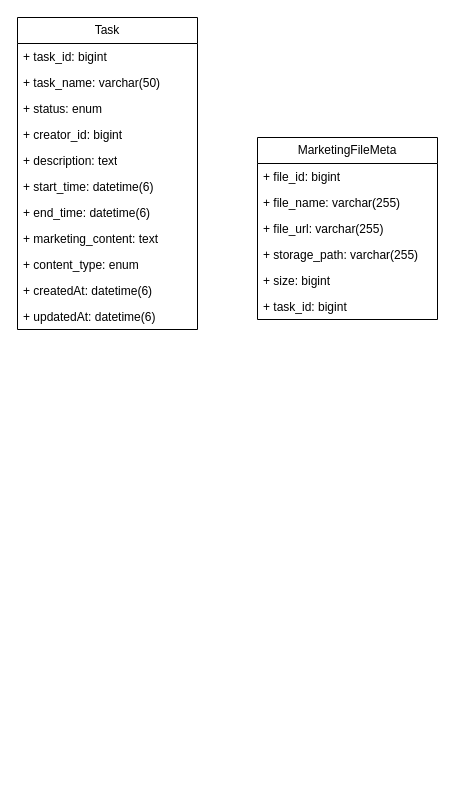
weyg0/Diagrams keeps this draw.io diagram as GH大作业.drawio. Above is the earlier version. Source tidied: cells renumbered, new cells numbered last; positions are measured from the earlier drawing's top-left corner, leaving out a move shared by most shapes. Both pictures are drawn from the tidied source at 100%, with x=0, y=0 at pixel (17, 17).
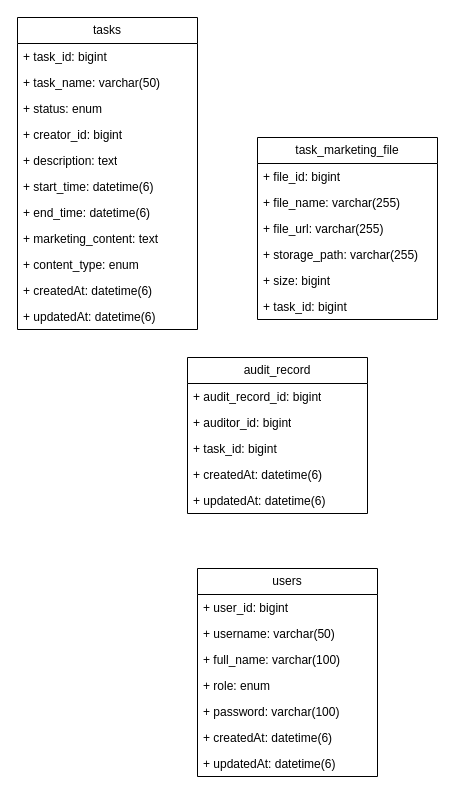
The same diagram, later.

Commit message (it also covers changes not shown here):
更新GH大作业.drawio

Diff of the diagram source:
```diff
@@
-    <mxCell id="2" value="Task" style="swimlane;fontStyle=0;horizontal=1;startSize=26;fillColor=none;whiteSpace=wrap;html=1;" parent="1" vertex="1">
+    <mxCell id="2" value="tasks" style="swimlane;fontStyle=0;horizontal=1;startSize=26;fillColor=none;whiteSpace=wrap;html=1;" parent="1" vertex="1">
       <mxGeometry width="180" height="312" as="geometry" />
     </mxCell>
@@
-    <mxCell id="14" value="MarketingFileMeta" style="swimlane;fontStyle=0;horizontal=1;startSize=26;fillColor=none;whiteSpace=wrap;html=1;" parent="1" vertex="1">
+    <mxCell id="14" value="task_marketing_file" style="swimlane;fontStyle=0;horizontal=1;startSize=26;fillColor=none;whiteSpace=wrap;html=1;" parent="1" vertex="1">
       <mxGeometry x="240" y="120" width="180" height="182" as="geometry" />
     </mxCell>
@@
+    <mxCell id="21" value="audit_record" style="swimlane;fontStyle=0;horizontal=1;startSize=26;fillColor=none;whiteSpace=wrap;html=1;" parent="1" vertex="1">
+      <mxGeometry x="170" y="340" width="180" height="156" as="geometry" />
+    </mxCell>
+    <mxCell id="22" value="+ audit_record_id: bigint" style="text;strokeColor=none;fillColor=none;align=left;verticalAlign=top;spacingLeft=4;spacingRight=4;overflow=hidden;whiteSpace=wrap;html=1;" parent="21" vertex="1">
+      <mxGeometry y="26" width="180" height="26" as="geometry" />
+    </mxCell>
+    <mxCell id="23" value="+ auditor_id: bigint" style="text;strokeColor=none;fillColor=none;align=left;verticalAlign=top;spacingLeft=4;spacingRight=4;overflow=hidden;whiteSpace=wrap;html=1;" parent="21" vertex="1">
+      <mxGeometry y="52" width="180" height="26" as="geometry" />
+    </mxCell>
+    <mxCell id="24" value="+ task_id: bigint" style="text;strokeColor=none;fillColor=none;align=left;verticalAlign=top;spacingLeft=4;spacingRight=4;overflow=hidden;whiteSpace=wrap;html=1;" parent="21" vertex="1">
+      <mxGeometry y="78" width="180" height="26" as="geometry" />
+    </mxCell>
+    <mxCell id="25" value="+ createdAt: datetime(6)" style="text;strokeColor=none;fillColor=none;align=left;verticalAlign=top;spacingLeft=4;spacingRight=4;overflow=hidden;whiteSpace=wrap;html=1;" parent="21" vertex="1">
+      <mxGeometry y="104" width="180" height="26" as="geometry" />
+    </mxCell>
+    <mxCell id="26" value="+ updatedAt: datetime(6)" style="text;strokeColor=none;fillColor=none;align=left;verticalAlign=top;spacingLeft=4;spacingRight=4;overflow=hidden;whiteSpace=wrap;html=1;" parent="21" vertex="1">
+      <mxGeometry y="130" width="180" height="26" as="geometry" />
+    </mxCell>
+    <mxCell id="27" value="users" style="swimlane;fontStyle=0;horizontal=1;startSize=26;fillColor=none;whiteSpace=wrap;html=1;" parent="1" vertex="1">
+      <mxGeometry x="180" y="551" width="180" height="208" as="geometry" />
+    </mxCell>
+    <mxCell id="28" value="+ user_id: bigint" style="text;strokeColor=none;fillColor=none;align=left;verticalAlign=top;spacingLeft=4;spacingRight=4;overflow=hidden;whiteSpace=wrap;html=1;" parent="27" vertex="1">
+      <mxGeometry y="26" width="180" height="26" as="geometry" />
+    </mxCell>
+    <mxCell id="29" value="+ username: varchar(50)" style="text;strokeColor=none;fillColor=none;align=left;verticalAlign=top;spacingLeft=4;spacingRight=4;overflow=hidden;whiteSpace=wrap;html=1;" parent="27" vertex="1">
+      <mxGeometry y="52" width="180" height="26" as="geometry" />
+    </mxCell>
+    <mxCell id="30" value="+ full_name: varchar(100)" style="text;strokeColor=none;fillColor=none;align=left;verticalAlign=top;spacingLeft=4;spacingRight=4;overflow=hidden;whiteSpace=wrap;html=1;" parent="27" vertex="1">
+      <mxGeometry y="78" width="180" height="26" as="geometry" />
+    </mxCell>
+    <mxCell id="31" value="+ role: enum" style="text;strokeColor=none;fillColor=none;align=left;verticalAlign=top;spacingLeft=4;spacingRight=4;overflow=hidden;whiteSpace=wrap;html=1;" parent="27" vertex="1">
+      <mxGeometry y="104" width="180" height="26" as="geometry" />
+    </mxCell>
+    <mxCell id="32" value="+ password: varchar(100)" style="text;strokeColor=none;fillColor=none;align=left;verticalAlign=top;spacingLeft=4;spacingRight=4;overflow=hidden;whiteSpace=wrap;html=1;" parent="27" vertex="1">
+      <mxGeometry y="130" width="180" height="26" as="geometry" />
+    </mxCell>
+    <mxCell id="33" value="+ createdAt: datetime(6)" style="text;strokeColor=none;fillColor=none;align=left;verticalAlign=top;spacingLeft=4;spacingRight=4;overflow=hidden;whiteSpace=wrap;html=1;" parent="27" vertex="1">
+      <mxGeometry y="156" width="180" height="26" as="geometry" />
+    </mxCell>
+    <mxCell id="34" value="+ updatedAt: datetime(6)" style="text;strokeColor=none;fillColor=none;align=left;verticalAlign=top;spacingLeft=4;spacingRight=4;overflow=hidden;whiteSpace=wrap;html=1;" parent="27" vertex="1">
+      <mxGeometry y="182" width="180" height="26" as="geometry" />
+    </mxCell>
```
